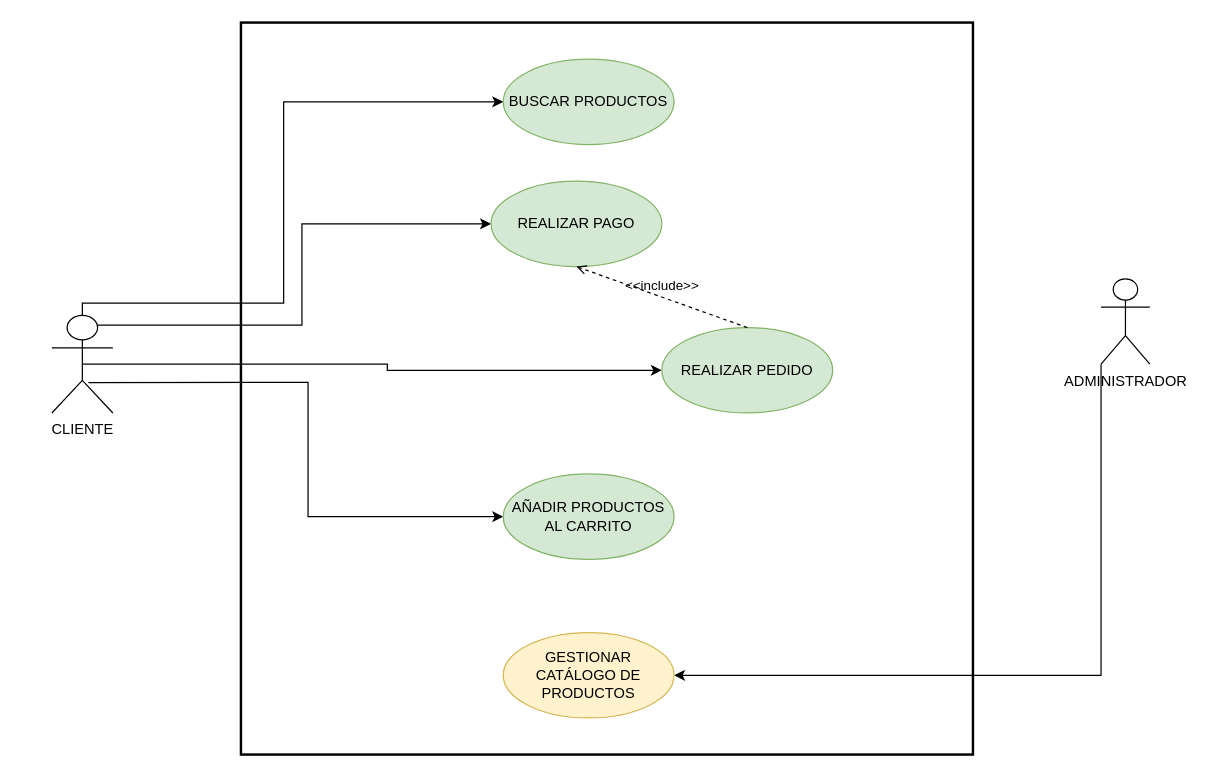
Earlier version of the draw.io diagram Diagrama sistema de compras en linea.drawio (Cdiagal/io-dig). Source tidied: cells renumbered, new cells numbered last; positions are measured from the earlier drawing's top-left corner, leaving out a move shared by most shapes. Both pictures are drawn from the tidied source at 122%, with x=0, y=0 at pixel (51, 22).
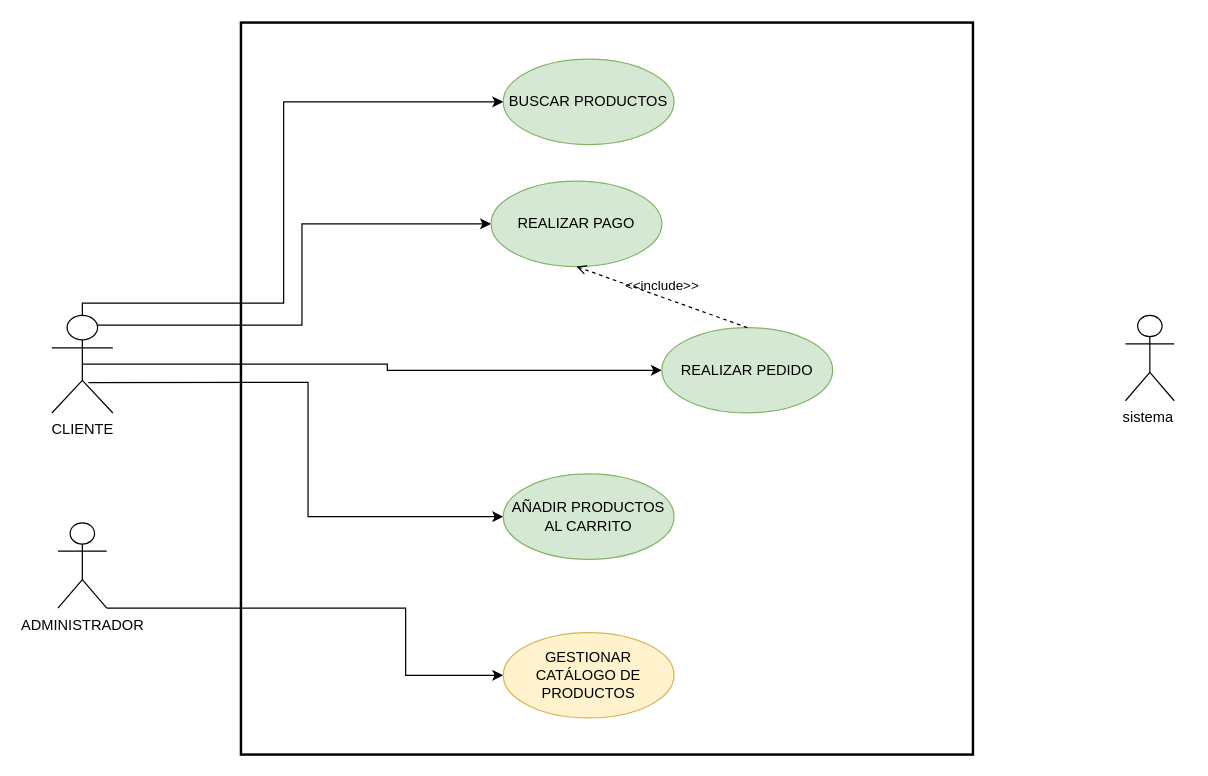
The same diagram, later.

The change refers to these unchanged cells:
```xml
<mxCell id="14" value="GESTIONAR CATÁLOGO DE PRODUCTOS" style="ellipse;whiteSpace=wrap;html=1;fillColor=#fff2cc;strokeColor=#d6b656;" parent="1" vertex="1">
  <mxGeometry x="370" y="500" width="140" height="70" as="geometry" />
</mxCell>
```

Change to the diagram source:
```diff
@@
-    <mxCell id="8" style="edgeStyle=orthogonalEdgeStyle;rounded=0;jettySize=auto;html=1;exitX=0;exitY=1;exitDx=0;exitDy=0;exitPerimeter=0;entryX=1;entryY=0.5;entryDx=0;entryDy=0;" parent="1" edge="1" source="9" target="14">
-      <mxGeometry relative="1" as="geometry" />
+    <mxCell id="8" style="edgeStyle=orthogonalEdgeStyle;rounded=0;jettySize=auto;html=1;exitX=1;exitY=1;exitDx=0;exitDy=0;exitPerimeter=0;entryX=0;entryY=0.5;entryDx=0;entryDy=0;" parent="1" edge="1" source="9" target="14">
+      <mxGeometry relative="1" as="geometry">
+        <Array as="points">
+          <mxPoint x="290" y="480" />
+          <mxPoint x="290" y="535" />
+        </Array>
+      </mxGeometry>
     </mxCell>
     <mxCell id="9" value="ADMINISTRADOR&lt;div&gt;&lt;br&gt;&lt;/div&gt;" style="shape=umlActor;html=1;verticalLabelPosition=bottom;verticalAlign=top;align=center;" parent="1" vertex="1">
-      <mxGeometry x="860" y="210" width="40" height="70" as="geometry" />
+      <mxGeometry x="5" y="410" width="40" height="70" as="geometry" />
     </mxCell>
@@
+    <mxCell id="16" value="&lt;div&gt;sistema&amp;nbsp;&lt;/div&gt;" style="shape=umlActor;html=1;verticalLabelPosition=bottom;verticalAlign=top;align=center;" parent="1" vertex="1">
+      <mxGeometry x="880" y="240" width="40" height="70" as="geometry" />
+    </mxCell>
```
